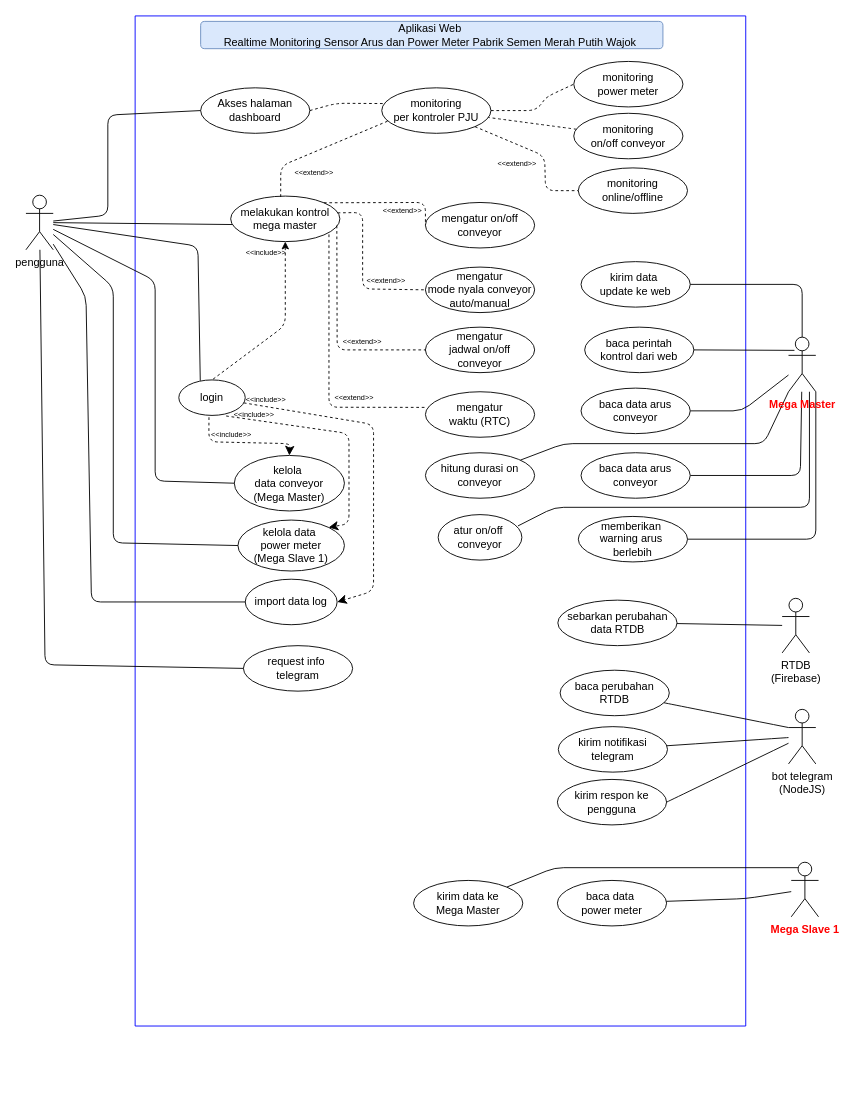
eenattayani/desain keeps this draw.io diagram as semen-merah-putih.drawio. Above is the earlier version. Source tidied: cells renumbered, new cells numbered last; positions are measured from the earlier drawing's top-left corner, leaving out a move shared by most shapes. Both pictures are drawn from the tidied source at 91%, with x=0, y=0 at pixel (25, 15).
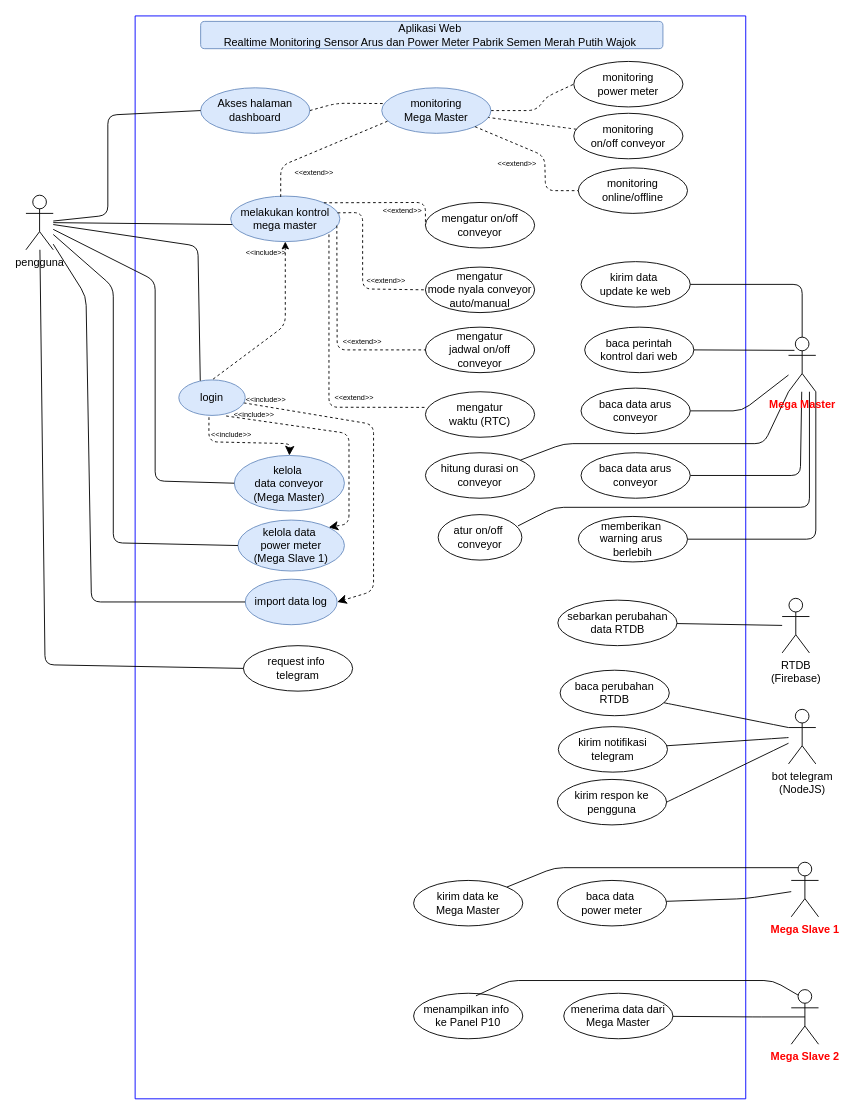
After the change.

Change to the diagram source:
```diff
@@
     <mxCell id="2" style="swimlane;startSize=0;fillColor=#fff2cc;strokeColor=#0000FF;" parent="1" vertex="1">
-      <mxGeometry x="120" width="671" height="1110" as="geometry" />
+      <mxGeometry x="120" width="671" height="1190" as="geometry" />
     </mxCell>
-    <mxCell id="3" value="Akses halaman dashboard" style="ellipse;whiteSpace=wrap;html=1;" parent="2" vertex="1">
+    <mxCell id="3" value="Akses halaman dashboard" style="ellipse;whiteSpace=wrap;html=1;fillColor=#dae8fc;strokeColor=#6c8ebf;" parent="2" vertex="1">
       <mxGeometry x="72" y="79" width="120" height="50" as="geometry" />
     </mxCell>
@@
-    <mxCell id="6" value="login" style="ellipse;whiteSpace=wrap;html=1;" parent="2" vertex="1">
+    <mxCell id="6" value="login" style="ellipse;whiteSpace=wrap;html=1;fillColor=#dae8fc;strokeColor=#6c8ebf;" parent="2" vertex="1">
       <mxGeometry x="48" y="400" width="73" height="39" as="geometry" />
     </mxCell>
-    <mxCell id="7" value="melakukan kontrol&lt;div&gt;mega master&lt;/div&gt;" style="ellipse;whiteSpace=wrap;html=1;" parent="2" vertex="1">
+    <mxCell id="7" value="melakukan kontrol&lt;div&gt;mega master&lt;/div&gt;" style="ellipse;whiteSpace=wrap;html=1;fillColor=#dae8fc;strokeColor=#6c8ebf;" parent="2" vertex="1">
       <mxGeometry x="105" y="198" width="120" height="50" as="geometry" />
     </mxCell>
@@
-    <mxCell id="26" value="monitoring&lt;div&gt;per kontroler PJU&lt;/div&gt;" style="ellipse;whiteSpace=wrap;html=1;" parent="2" vertex="1">
+    <mxCell id="26" value="monitoring&lt;div&gt;Mega Master&lt;/div&gt;" style="ellipse;whiteSpace=wrap;html=1;fillColor=#dae8fc;strokeColor=#6c8ebf;" parent="2" vertex="1">
       <mxGeometry x="271" y="79" width="120" height="50" as="geometry" />
     </mxCell>
@@
-    <mxCell id="41" value="kelola&amp;nbsp;&lt;div&gt;data conveyor&lt;div&gt;(Mega Master)&lt;/div&gt;&lt;/div&gt;" style="ellipse;whiteSpace=wrap;html=1;" parent="2" vertex="1">
+    <mxCell id="41" value="kelola&amp;nbsp;&lt;div&gt;data conveyor&lt;div&gt;(Mega Master)&lt;/div&gt;&lt;/div&gt;" style="ellipse;whiteSpace=wrap;html=1;fillColor=#dae8fc;strokeColor=#6c8ebf;" parent="2" vertex="1">
       <mxGeometry x="109" y="483" width="121" height="61" as="geometry" />
     </mxCell>
@@
-    <mxCell id="46" value="kelola data&amp;nbsp;&lt;div&gt;power meter&lt;/div&gt;&lt;div&gt;(Mega Slave 1)&lt;/div&gt;" style="ellipse;whiteSpace=wrap;html=1;" parent="2" vertex="1">
+    <mxCell id="46" value="kelola data&amp;nbsp;&lt;div&gt;power meter&lt;/div&gt;&lt;div&gt;(Mega Slave 1)&lt;/div&gt;" style="ellipse;whiteSpace=wrap;html=1;fillColor=#dae8fc;strokeColor=#6c8ebf;" parent="2" vertex="1">
       <mxGeometry x="113" y="554" width="117" height="56" as="geometry" />
     </mxCell>
-    <mxCell id="47" value="import data log" style="ellipse;whiteSpace=wrap;html=1;" parent="2" vertex="1">
+    <mxCell id="47" value="import data log" style="ellipse;whiteSpace=wrap;html=1;fillColor=#dae8fc;strokeColor=#6c8ebf;" parent="2" vertex="1">
       <mxGeometry x="121" y="619" width="101" height="50" as="geometry" />
     </mxCell>
@@
+    <mxCell id="80" value="menerima data dari Mega Master" style="ellipse;whiteSpace=wrap;html=1;" parent="2" vertex="1">
+      <mxGeometry x="471" y="1074" width="120" height="50" as="geometry" />
+    </mxCell>
+    <mxCell id="81" value="menampilkan info&amp;nbsp;&lt;div&gt;ke&amp;nbsp;&lt;span style=&quot;background-color: transparent; color: light-dark(rgb(0, 0, 0), rgb(255, 255, 255));&quot;&gt;Panel P10&lt;/span&gt;&lt;/div&gt;" style="ellipse;whiteSpace=wrap;html=1;" parent="2" vertex="1">
+      <mxGeometry x="306" y="1074" width="120" height="50" as="geometry" />
+    </mxCell>
@@
+    <mxCell id="82" value="Mega Slave 2" style="shape=umlActor;verticalLabelPosition=bottom;verticalAlign=top;html=1;outlineConnect=0;fontColor=light-dark(#ff0000, #ededed);fontStyle=1;" parent="1" vertex="1">
+      <mxGeometry x="841" y="1070" width="30" height="60" as="geometry" />
+    </mxCell>
+    <mxCell id="83" style="rounded=1;jettySize=auto;html=1;endArrow=none;endFill=0;entryX=0.5;entryY=0.5;entryDx=0;entryDy=0;entryPerimeter=0;" parent="1" edge="1" source="80" target="82">
+      <mxGeometry relative="1" as="geometry">
+        <Array as="points">
+          <mxPoint x="798" y="1100" />
+        </Array>
+      </mxGeometry>
+    </mxCell>
+    <mxCell id="84" style="rounded=1;jettySize=auto;html=1;endArrow=none;endFill=0;entryX=0.25;entryY=0.1;entryDx=0;entryDy=0;entryPerimeter=0;exitX=0.571;exitY=0.057;exitDx=0;exitDy=0;exitPerimeter=0;" parent="1" edge="1" source="81" target="82">
+      <mxGeometry relative="1" as="geometry">
+        <Array as="points">
+          <mxPoint x="531" y="1060" />
+          <mxPoint x="821" y="1060" />
+        </Array>
+      </mxGeometry>
+    </mxCell>
```
